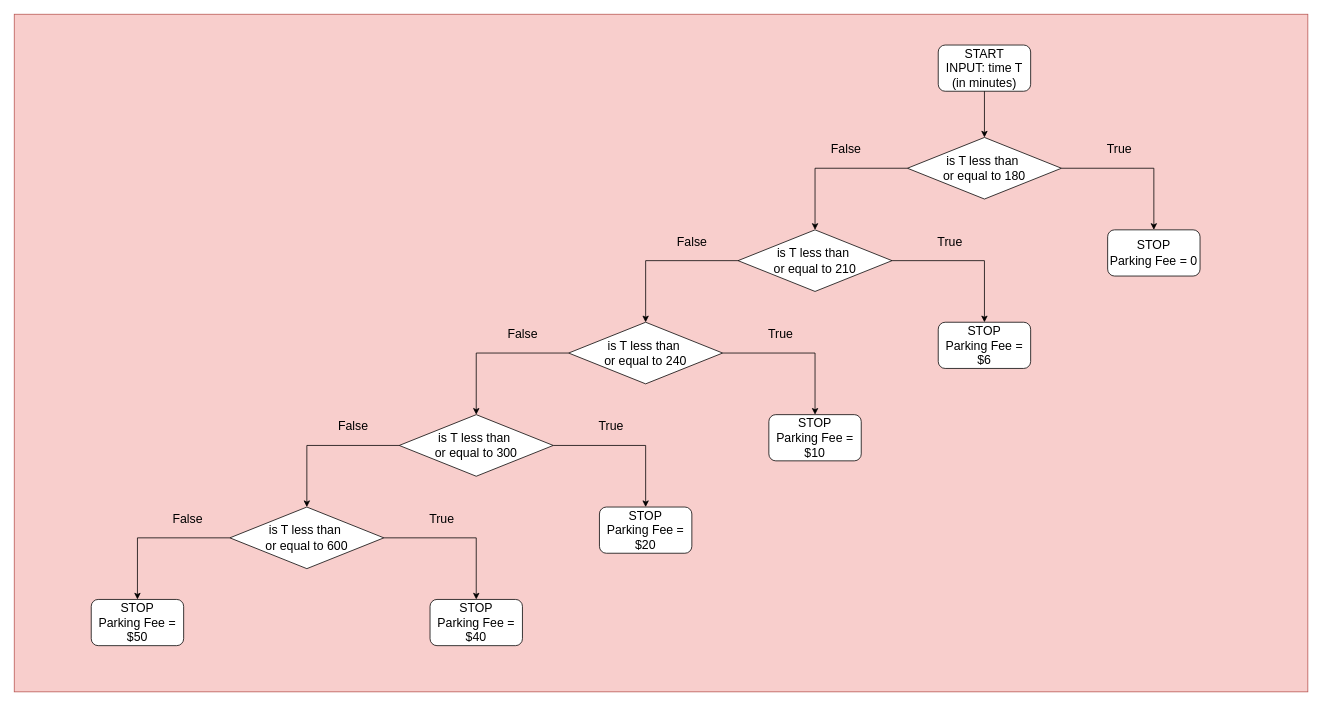
Before: Flowchart Untitled Diagram.drawio in gaurav1780/drawdotio, a draw.io diagram. Source tidied: cells renumbered, new cells numbered last; positions are measured from the earlier drawing's top-left corner, leaving out a move shared by most shapes. Both pictures are drawn from the tidied source at 77%, with x=0, y=0 at pixel (14, 14).
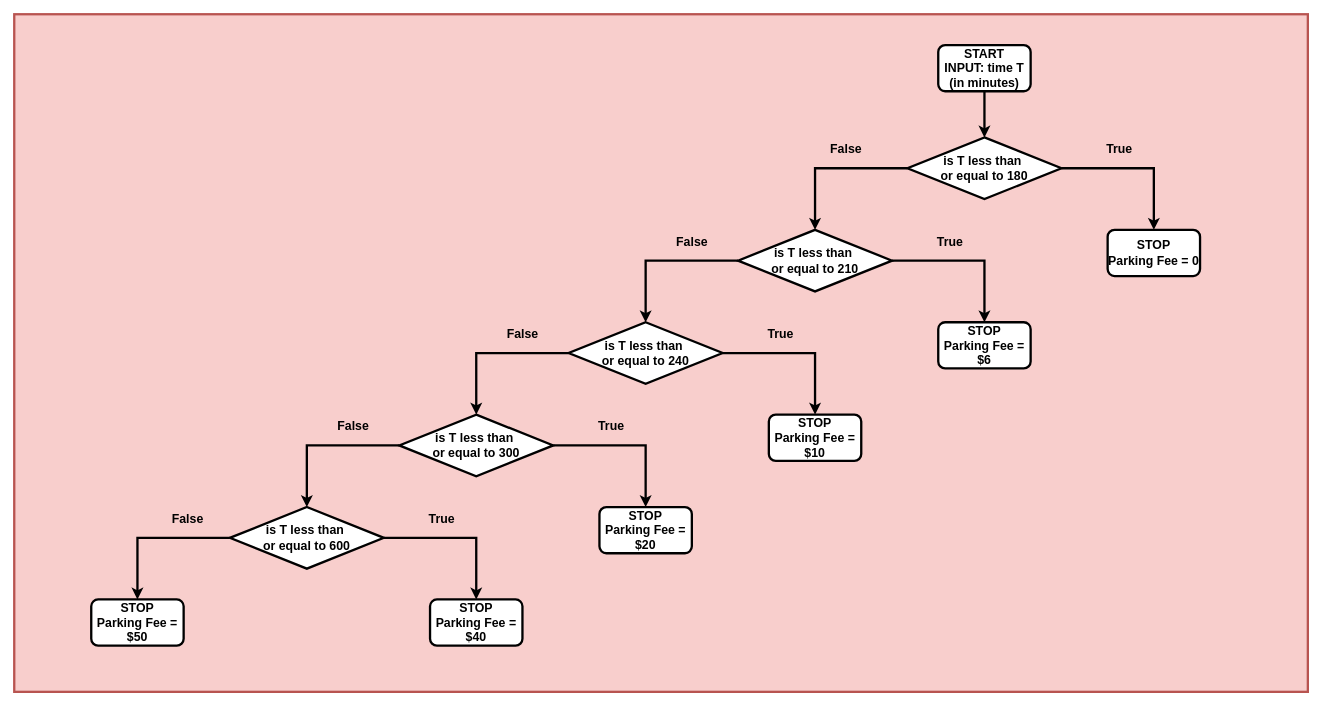
The same page after the edit.

Diff of the diagram source:
```diff
@@
-    <mxCell id="2" style="rounded=0;whiteSpace=wrap;html=1;fillColor=#f8cecc;strokeColor=#b85450;fontSize=16;" parent="1" vertex="1">
+    <mxCell id="2" style="rounded=0;whiteSpace=wrap;html=1;fillColor=#f8cecc;strokeColor=#b85450;fontSize=16;strokeWidth=3;fontStyle=1;" parent="1" vertex="1">
       <mxGeometry width="1680" height="880" as="geometry" />
     </mxCell>
-    <mxCell id="3" value="START&lt;div style=&quot;font-size: 16px;&quot;&gt;INPUT: time T (in minutes)&lt;/div&gt;" style="rounded=1;whiteSpace=wrap;html=1;fontSize=16;" parent="1" vertex="1">
+    <mxCell id="3" value="START&lt;div style=&quot;font-size: 16px;&quot;&gt;INPUT: time T (in minutes)&lt;/div&gt;" style="rounded=1;whiteSpace=wrap;html=1;fontSize=16;strokeWidth=3;fontStyle=1;" parent="1" vertex="1">
       <mxGeometry x="1200" y="40" width="120" height="60" as="geometry" />
     </mxCell>
-    <mxCell id="4" style="endArrow=classic;html=1;rounded=0;fontSize=16;" parent="1" edge="1">
+    <mxCell id="4" style="endArrow=classic;html=1;rounded=0;fontSize=16;strokeWidth=3;fontStyle=1;" parent="1" edge="1">
       <mxGeometry relative="1" as="geometry">
         <mxPoint x="1260" y="100" as="sourcePoint" />
         <mxPoint x="1260" y="160" as="targetPoint" />
       </mxGeometry>
     </mxCell>
-    <mxCell id="5" value="is T less than&amp;nbsp;&lt;div&gt;or equal to 180&lt;/div&gt;" style="rhombus;whiteSpace=wrap;html=1;fontSize=16;" parent="1" vertex="1">
+    <mxCell id="5" value="is T less than&amp;nbsp;&lt;div&gt;or equal to 180&lt;/div&gt;" style="rhombus;whiteSpace=wrap;html=1;fontSize=16;strokeWidth=3;fontStyle=1;" parent="1" vertex="1">
       <mxGeometry x="1160" y="160" width="200" height="80" as="geometry" />
     </mxCell>
-    <mxCell id="6" style="endArrow=classic;html=1;rounded=0;fontSize=16;" parent="1" edge="1">
+    <mxCell id="6" style="endArrow=classic;html=1;rounded=0;fontSize=16;strokeWidth=3;fontStyle=1;" parent="1" edge="1">
       <mxGeometry relative="1" as="geometry">
         <mxPoint x="1360" y="200" as="sourcePoint" />
         <mxPoint x="1480" y="280" as="targetPoint" />
         <Array as="points">
           <mxPoint x="1480" y="200" />
         </Array>
       </mxGeometry>
     </mxCell>
-    <mxCell id="7" style="endArrow=classic;html=1;rounded=0;fontSize=16;" parent="1" edge="1">
+    <mxCell id="7" style="endArrow=classic;html=1;rounded=0;fontSize=16;strokeWidth=3;fontStyle=1;" parent="1" edge="1">
       <mxGeometry relative="1" as="geometry">
         <mxPoint x="1160" y="200" as="sourcePoint" />
         <mxPoint x="1040" y="280" as="targetPoint" />
         <Array as="points">
           <mxPoint x="1040" y="200" />
         </Array>
       </mxGeometry>
     </mxCell>
-    <mxCell id="8" value="False" style="text;html=1;align=center;verticalAlign=middle;strokeColor=none;fillColor=none;fontSize=16;" parent="1" vertex="1">
+    <mxCell id="8" value="False" style="text;html=1;align=center;verticalAlign=middle;strokeColor=none;fillColor=none;fontSize=16;strokeWidth=3;fontStyle=1;" parent="1" vertex="1">
       <mxGeometry x="1050" y="160" width="60" height="30" as="geometry" />
     </mxCell>
-    <mxCell id="9" value="True" style="text;html=1;align=center;verticalAlign=middle;strokeColor=none;fillColor=none;fontSize=16;" parent="1" vertex="1">
+    <mxCell id="9" value="True" style="text;html=1;align=center;verticalAlign=middle;strokeColor=none;fillColor=none;fontSize=16;strokeWidth=3;fontStyle=1;" parent="1" vertex="1">
       <mxGeometry x="1405" y="160" width="60" height="30" as="geometry" />
     </mxCell>
-    <mxCell id="10" value="STOP&lt;br style=&quot;font-size: 16px;&quot;&gt;Parking Fee = 0" style="rounded=1;whiteSpace=wrap;html=1;fontSize=16;" parent="1" vertex="1">
+    <mxCell id="10" value="STOP&lt;br style=&quot;font-size: 16px;&quot;&gt;Parking Fee = 0" style="rounded=1;whiteSpace=wrap;html=1;fontSize=16;strokeWidth=3;fontStyle=1;" parent="1" vertex="1">
       <mxGeometry x="1420" y="280" width="120" height="60" as="geometry" />
     </mxCell>
-    <mxCell id="11" value="is T less than&amp;nbsp;&lt;div&gt;or equal to 210&lt;/div&gt;" style="rhombus;whiteSpace=wrap;html=1;fontSize=16;" parent="1" vertex="1">
+    <mxCell id="11" value="is T less than&amp;nbsp;&lt;div&gt;or equal to 210&lt;/div&gt;" style="rhombus;whiteSpace=wrap;html=1;fontSize=16;strokeWidth=3;fontStyle=1;" parent="1" vertex="1">
       <mxGeometry x="940" y="280" width="200" height="80" as="geometry" />
     </mxCell>
-    <mxCell id="12" style="endArrow=classic;html=1;rounded=0;fontSize=16;" parent="1" edge="1">
+    <mxCell id="12" style="endArrow=classic;html=1;rounded=0;fontSize=16;strokeWidth=3;fontStyle=1;" parent="1" edge="1">
       <mxGeometry relative="1" as="geometry">
         <mxPoint x="1140" y="320" as="sourcePoint" />
         <mxPoint x="1260" y="400" as="targetPoint" />
         <Array as="points">
           <mxPoint x="1260" y="320" />
         </Array>
       </mxGeometry>
     </mxCell>
-    <mxCell id="13" value="True" style="text;html=1;align=center;verticalAlign=middle;strokeColor=none;fillColor=none;fontSize=16;" parent="1" vertex="1">
+    <mxCell id="13" value="True" style="text;html=1;align=center;verticalAlign=middle;strokeColor=none;fillColor=none;fontSize=16;strokeWidth=3;fontStyle=1;" parent="1" vertex="1">
       <mxGeometry x="1185" y="280" width="60" height="30" as="geometry" />
     </mxCell>
-    <mxCell id="14" value="STOP&lt;br style=&quot;font-size: 16px;&quot;&gt;Parking Fee = $6" style="rounded=1;whiteSpace=wrap;html=1;fontSize=16;" parent="1" vertex="1">
+    <mxCell id="14" value="STOP&lt;br style=&quot;font-size: 16px;&quot;&gt;Parking Fee = $6" style="rounded=1;whiteSpace=wrap;html=1;fontSize=16;strokeWidth=3;fontStyle=1;" parent="1" vertex="1">
       <mxGeometry x="1200" y="400" width="120" height="60" as="geometry" />
     </mxCell>
-    <mxCell id="15" style="endArrow=classic;html=1;rounded=0;fontSize=16;" parent="1" edge="1">
+    <mxCell id="15" style="endArrow=classic;html=1;rounded=0;fontSize=16;strokeWidth=3;fontStyle=1;" parent="1" edge="1">
       <mxGeometry relative="1" as="geometry">
         <mxPoint x="940" y="320" as="sourcePoint" />
         <mxPoint x="820" y="400" as="targetPoint" />
         <Array as="points">
           <mxPoint x="820" y="320" />
         </Array>
       </mxGeometry>
     </mxCell>
-    <mxCell id="16" value="is T less than&amp;nbsp;&lt;div&gt;or equal to 240&lt;/div&gt;" style="rhombus;whiteSpace=wrap;html=1;fontSize=16;" parent="1" vertex="1">
+    <mxCell id="16" value="is T less than&amp;nbsp;&lt;div&gt;or equal to 240&lt;/div&gt;" style="rhombus;whiteSpace=wrap;html=1;fontSize=16;strokeWidth=3;fontStyle=1;" parent="1" vertex="1">
       <mxGeometry x="720" y="400" width="200" height="80" as="geometry" />
     </mxCell>
-    <mxCell id="17" style="endArrow=classic;html=1;rounded=0;fontSize=16;" parent="1" edge="1">
+    <mxCell id="17" style="endArrow=classic;html=1;rounded=0;fontSize=16;strokeWidth=3;fontStyle=1;" parent="1" edge="1">
       <mxGeometry relative="1" as="geometry">
         <mxPoint x="920" y="440" as="sourcePoint" />
         <mxPoint x="1040" y="520" as="targetPoint" />
         <Array as="points">
           <mxPoint x="1040" y="440" />
         </Array>
       </mxGeometry>
     </mxCell>
-    <mxCell id="18" value="True" style="text;html=1;align=center;verticalAlign=middle;strokeColor=none;fillColor=none;fontSize=16;" parent="1" vertex="1">
+    <mxCell id="18" value="True" style="text;html=1;align=center;verticalAlign=middle;strokeColor=none;fillColor=none;fontSize=16;strokeWidth=3;fontStyle=1;" parent="1" vertex="1">
       <mxGeometry x="965" y="400" width="60" height="30" as="geometry" />
     </mxCell>
-    <mxCell id="19" value="STOP&lt;br style=&quot;font-size: 16px;&quot;&gt;Parking Fee = $10" style="rounded=1;whiteSpace=wrap;html=1;fontSize=16;" parent="1" vertex="1">
+    <mxCell id="19" value="STOP&lt;br style=&quot;font-size: 16px;&quot;&gt;Parking Fee = $10" style="rounded=1;whiteSpace=wrap;html=1;fontSize=16;strokeWidth=3;fontStyle=1;" parent="1" vertex="1">
       <mxGeometry x="980" y="520" width="120" height="60" as="geometry" />
     </mxCell>
-    <mxCell id="20" value="False" style="text;html=1;align=center;verticalAlign=middle;strokeColor=none;fillColor=none;fontSize=16;" parent="1" vertex="1">
+    <mxCell id="20" value="False" style="text;html=1;align=center;verticalAlign=middle;strokeColor=none;fillColor=none;fontSize=16;strokeWidth=3;fontStyle=1;" parent="1" vertex="1">
       <mxGeometry x="850" y="280" width="60" height="30" as="geometry" />
     </mxCell>
-    <mxCell id="21" style="endArrow=classic;html=1;rounded=0;fontSize=16;" parent="1" edge="1">
+    <mxCell id="21" style="endArrow=classic;html=1;rounded=0;fontSize=16;strokeWidth=3;fontStyle=1;" parent="1" edge="1">
       <mxGeometry relative="1" as="geometry">
         <mxPoint x="720" y="440" as="sourcePoint" />
         <mxPoint x="600" y="520" as="targetPoint" />
         <Array as="points">
           <mxPoint x="600" y="440" />
         </Array>
       </mxGeometry>
     </mxCell>
-    <mxCell id="22" value="is T less than&amp;nbsp;&lt;div&gt;or equal to 300&lt;/div&gt;" style="rhombus;whiteSpace=wrap;html=1;fontSize=16;" parent="1" vertex="1">
+    <mxCell id="22" value="is T less than&amp;nbsp;&lt;div&gt;or equal to 300&lt;/div&gt;" style="rhombus;whiteSpace=wrap;html=1;fontSize=16;strokeWidth=3;fontStyle=1;" parent="1" vertex="1">
       <mxGeometry x="500" y="520" width="200" height="80" as="geometry" />
     </mxCell>
-    <mxCell id="23" style="endArrow=classic;html=1;rounded=0;fontSize=16;" parent="1" edge="1">
+    <mxCell id="23" style="endArrow=classic;html=1;rounded=0;fontSize=16;strokeWidth=3;fontStyle=1;" parent="1" edge="1">
       <mxGeometry relative="1" as="geometry">
         <mxPoint x="700" y="560" as="sourcePoint" />
         <mxPoint x="820" y="640" as="targetPoint" />
         <Array as="points">
           <mxPoint x="820" y="560" />
         </Array>
       </mxGeometry>
     </mxCell>
-    <mxCell id="24" value="True" style="text;html=1;align=center;verticalAlign=middle;strokeColor=none;fillColor=none;fontSize=16;" parent="1" vertex="1">
+    <mxCell id="24" value="True" style="text;html=1;align=center;verticalAlign=middle;strokeColor=none;fillColor=none;fontSize=16;strokeWidth=3;fontStyle=1;" parent="1" vertex="1">
       <mxGeometry x="745" y="520" width="60" height="30" as="geometry" />
     </mxCell>
-    <mxCell id="25" value="STOP&lt;br style=&quot;font-size: 16px;&quot;&gt;Parking Fee = $20" style="rounded=1;whiteSpace=wrap;html=1;fontSize=16;" parent="1" vertex="1">
+    <mxCell id="25" value="STOP&lt;br style=&quot;font-size: 16px;&quot;&gt;Parking Fee = $20" style="rounded=1;whiteSpace=wrap;html=1;fontSize=16;strokeWidth=3;fontStyle=1;" parent="1" vertex="1">
       <mxGeometry x="760" y="640" width="120" height="60" as="geometry" />
     </mxCell>
-    <mxCell id="26" value="False" style="text;html=1;align=center;verticalAlign=middle;strokeColor=none;fillColor=none;fontSize=16;" parent="1" vertex="1">
+    <mxCell id="26" value="False" style="text;html=1;align=center;verticalAlign=middle;strokeColor=none;fillColor=none;fontSize=16;strokeWidth=3;fontStyle=1;" parent="1" vertex="1">
       <mxGeometry x="630" y="400" width="60" height="30" as="geometry" />
     </mxCell>
-    <mxCell id="27" style="endArrow=classic;html=1;rounded=0;fontSize=16;" parent="1" edge="1">
+    <mxCell id="27" style="endArrow=classic;html=1;rounded=0;fontSize=16;strokeWidth=3;fontStyle=1;" parent="1" edge="1">
       <mxGeometry relative="1" as="geometry">
         <mxPoint x="500" y="560" as="sourcePoint" />
         <mxPoint x="380" y="640" as="targetPoint" />
         <Array as="points">
           <mxPoint x="380" y="560" />
         </Array>
       </mxGeometry>
     </mxCell>
-    <mxCell id="28" value="is T less than&amp;nbsp;&lt;div&gt;or equal to 600&lt;/div&gt;" style="rhombus;whiteSpace=wrap;html=1;fontSize=16;" parent="1" vertex="1">
+    <mxCell id="28" value="is T less than&amp;nbsp;&lt;div&gt;or equal to 600&lt;/div&gt;" style="rhombus;whiteSpace=wrap;html=1;fontSize=16;strokeWidth=3;fontStyle=1;" parent="1" vertex="1">
       <mxGeometry x="280" y="640" width="200" height="80" as="geometry" />
     </mxCell>
-    <mxCell id="29" style="endArrow=classic;html=1;rounded=0;fontSize=16;" parent="1" edge="1">
+    <mxCell id="29" style="endArrow=classic;html=1;rounded=0;fontSize=16;strokeWidth=3;fontStyle=1;" parent="1" edge="1">
       <mxGeometry relative="1" as="geometry">
         <mxPoint x="480" y="680" as="sourcePoint" />
         <mxPoint x="600" y="760" as="targetPoint" />
         <Array as="points">
           <mxPoint x="600" y="680" />
         </Array>
       </mxGeometry>
     </mxCell>
-    <mxCell id="30" value="True" style="text;html=1;align=center;verticalAlign=middle;strokeColor=none;fillColor=none;fontSize=16;" parent="1" vertex="1">
+    <mxCell id="30" value="True" style="text;html=1;align=center;verticalAlign=middle;strokeColor=none;fillColor=none;fontSize=16;strokeWidth=3;fontStyle=1;" parent="1" vertex="1">
       <mxGeometry x="525" y="640" width="60" height="30" as="geometry" />
     </mxCell>
-    <mxCell id="31" value="STOP&lt;br style=&quot;font-size: 16px;&quot;&gt;Parking Fee = $40" style="rounded=1;whiteSpace=wrap;html=1;fontSize=16;" parent="1" vertex="1">
+    <mxCell id="31" value="STOP&lt;br style=&quot;font-size: 16px;&quot;&gt;Parking Fee = $40" style="rounded=1;whiteSpace=wrap;html=1;fontSize=16;strokeWidth=3;fontStyle=1;" parent="1" vertex="1">
       <mxGeometry x="540" y="760" width="120" height="60" as="geometry" />
     </mxCell>
-    <mxCell id="32" value="False" style="text;html=1;align=center;verticalAlign=middle;strokeColor=none;fillColor=none;fontSize=16;" parent="1" vertex="1">
+    <mxCell id="32" value="False" style="text;html=1;align=center;verticalAlign=middle;strokeColor=none;fillColor=none;fontSize=16;strokeWidth=3;fontStyle=1;" parent="1" vertex="1">
       <mxGeometry x="410" y="520" width="60" height="30" as="geometry" />
     </mxCell>
-    <mxCell id="33" style="endArrow=classic;html=1;rounded=0;fontSize=16;" parent="1" edge="1">
+    <mxCell id="33" style="endArrow=classic;html=1;rounded=0;fontSize=16;strokeWidth=3;fontStyle=1;" parent="1" edge="1">
       <mxGeometry relative="1" as="geometry">
         <mxPoint x="280" y="680" as="sourcePoint" />
         <mxPoint x="160" y="760" as="targetPoint" />
         <Array as="points">
           <mxPoint x="160" y="680" />
         </Array>
       </mxGeometry>
     </mxCell>
-    <mxCell id="34" value="False" style="text;html=1;align=center;verticalAlign=middle;strokeColor=none;fillColor=none;fontSize=16;" parent="1" vertex="1">
+    <mxCell id="34" value="False" style="text;html=1;align=center;verticalAlign=middle;strokeColor=none;fillColor=none;fontSize=16;strokeWidth=3;fontStyle=1;" parent="1" vertex="1">
       <mxGeometry x="195" y="640" width="60" height="30" as="geometry" />
     </mxCell>
-    <mxCell id="35" value="STOP&lt;br style=&quot;font-size: 16px;&quot;&gt;Parking Fee = $50" style="rounded=1;whiteSpace=wrap;html=1;fontSize=16;" parent="1" vertex="1">
+    <mxCell id="35" value="STOP&lt;br style=&quot;font-size: 16px;&quot;&gt;Parking Fee = $50" style="rounded=1;whiteSpace=wrap;html=1;fontSize=16;strokeWidth=3;fontStyle=1;" parent="1" vertex="1">
       <mxGeometry x="100" y="760" width="120" height="60" as="geometry" />
     </mxCell>
```
